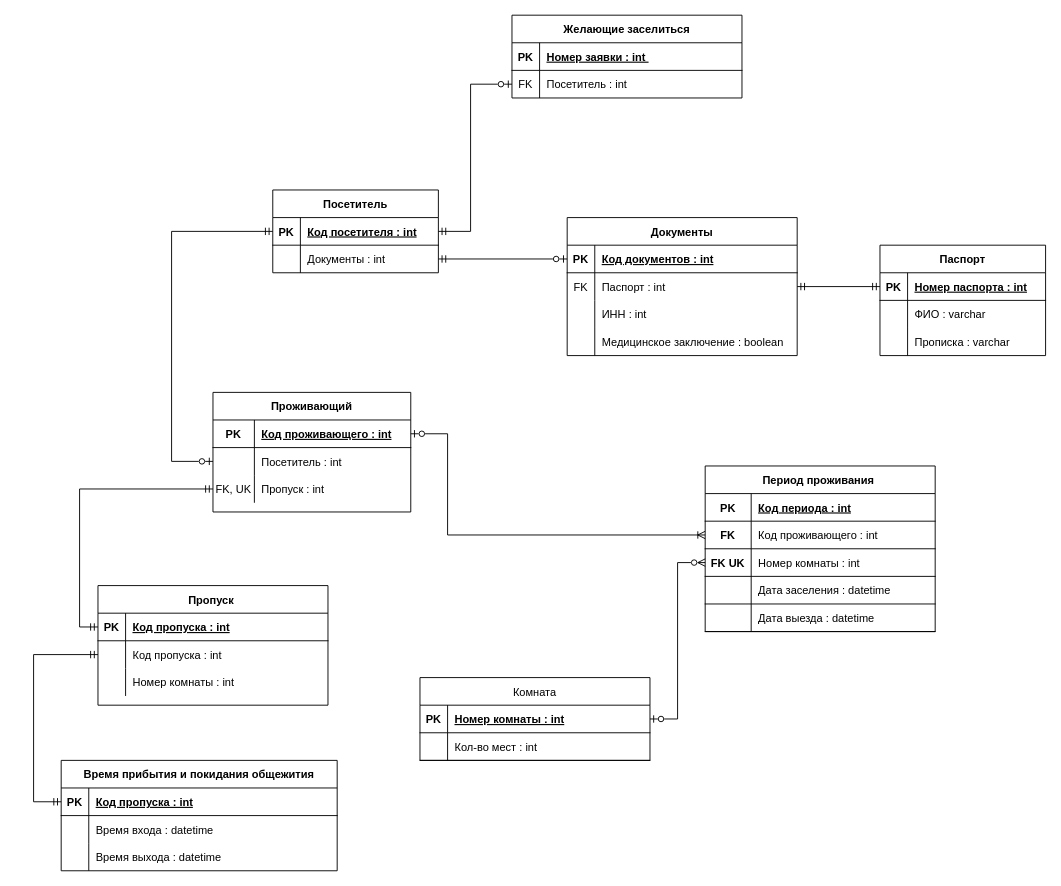
Before: Diagrams/KPP ER.drawio in jsfrau/Zamay, a draw.io diagram. Source tidied: cells renumbered, new cells numbered last; positions are measured from the earlier drawing's top-left corner, leaving out a move shared by most shapes. Both pictures are drawn from the tidied source at 92%, with x=0, y=0 at pixel (33, 15).
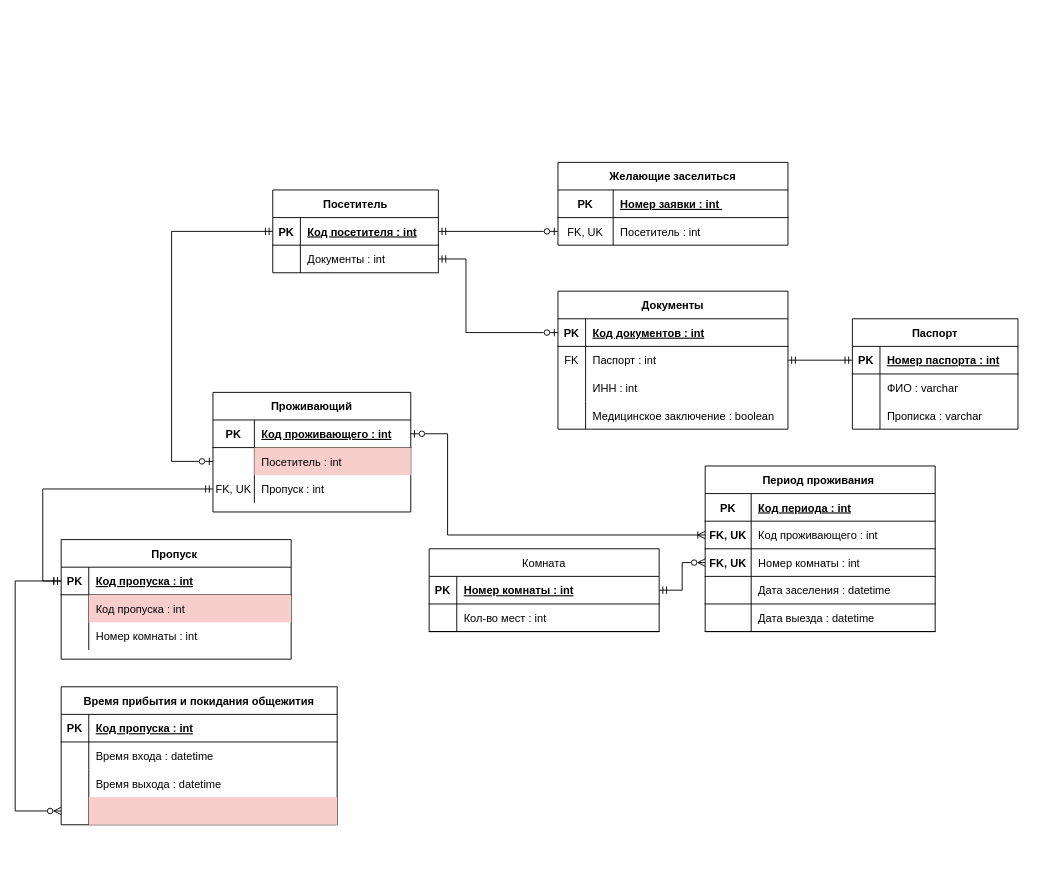
The same page after the edit.

Unchanged cells that the change refers to:
```xml
<mxCell id="3" style="shape=partialRectangle;fillColor=none;points=[[0,0.5],[1,0.5]];portConstraint=eastwest;top=0;left=0;right=0;bottom=1;" parent="2" vertex="1">
  <mxGeometry y="30" width="250" height="30" as="geometry" />
</mxCell>
<mxCell id="10" style="shape=partialRectangle;fillColor=none;top=0;left=0;right=0;bottom=1;" parent="9" vertex="1">
  <mxGeometry y="30" width="250" height="30" as="geometry" />
</mxCell>
<mxCell id="13" style="shape=partialRectangle;fillColor=none;points=[[0,0.5],[1,0.5]];portConstraint=eastwest;top=0;left=0;right=0;bottom=0;" parent="9" vertex="1">
  <mxGeometry y="60" width="250" height="30" as="geometry" />
</mxCell>
<mxCell id="17" style="shape=partialRectangle;fillColor=none;points=[[0,0.5],[1,0.5]];portConstraint=eastwest;top=0;left=0;right=0;bottom=1;" parent="16" vertex="1">
  <mxGeometry y="30" width="250" height="30" as="geometry" />
</mxCell>
<mxCell id="20" style="shape=partialRectangle;fillColor=none;points=[[0,0.5],[1,0.5]];portConstraint=eastwest;top=0;left=0;right=0;bottom=0;" parent="16" vertex="1">
  <mxGeometry y="60" width="250" height="30" as="geometry" />
</mxCell>
<mxCell id="27" style="shape=partialRectangle;fillColor=none;top=0;left=0;bottom=1;right=0;points=[[0,0.5],[1,0.5]];portConstraint=eastwest;" parent="26" vertex="1">
  <mxGeometry y="30" width="300" height="30" as="geometry" />
</mxCell>
<mxCell id="40" style="shape=partialRectangle;fillColor=none;top=0;left=0;bottom=0;right=0;points=[[0,0.5],[1,0.5]];portConstraint=eastwest;" parent="36" vertex="1">
  <mxGeometry y="60" width="215" height="30" as="geometry" />
</mxCell>
<mxCell id="49" style="shape=partialRectangle;fillColor=none;top=0;left=0;bottom=1;right=0;points=[[0,0.5],[1,0.5]];portConstraint=eastwest;" parent="48" vertex="1">
  <mxGeometry y="30" width="180" height="30" as="geometry" />
</mxCell>
<mxCell id="52" style="shape=partialRectangle;fillColor=none;top=0;left=0;bottom=0;right=0;points=[[0,0.5],[1,0.5]];portConstraint=eastwest;" parent="48" vertex="1">
  <mxGeometry y="60" width="180" height="30" as="geometry" />
</mxCell>
<mxCell id="61" style="shape=partialRectangle;fillColor=none;points=[[0,0.5],[1,0.5]];portConstraint=eastwest;top=0;left=0;right=0;bottom=1;" parent="57" vertex="1">
  <mxGeometry y="60" width="250" height="30" as="geometry" />
</mxCell>
<mxCell id="64" style="shape=partialRectangle;fillColor=none;points=[[0,0.5],[1,0.5]];portConstraint=eastwest;top=0;left=0;right=0;bottom=1;" parent="57" vertex="1">
  <mxGeometry y="90" width="250" height="30" as="geometry" />
</mxCell>
<mxCell id="76" style="shape=partialRectangle;fillColor=none;top=0;left=0;bottom=1;right=0;points=[[0,0.5],[1,0.5]];portConstraint=eastwest;" parent="75" vertex="1">
  <mxGeometry y="30" width="250" height="30" as="geometry" />
</mxCell>
```

Diff of the diagram source:
```diff
@@
     <mxCell id="2" value="Комната" style="shape=table;startSize=30;childLayout=tableLayout;rowLines=0;fontStyle=0;align=center;" parent="1" vertex="1">
-      <mxGeometry x="420" y="720" width="250" height="90" as="geometry" />
+      <mxGeometry x="430" y="580" width="250" height="90" as="geometry" />
     </mxCell>
@@
     <mxCell id="9" value="Желающие заселиться" style="shape=table;startSize=30;childLayout=tableLayout;rowLines=0;fontStyle=1;align=center;" parent="1" vertex="1">
-      <mxGeometry x="520" width="250" height="90" as="geometry" />
+      <mxGeometry x="570" y="160" width="250" height="90" as="geometry" />
     </mxCell>
@@
     <mxCell id="11" value="PK" style="shape=partialRectangle;overflow=hidden;fillColor=none;top=0;left=0;bottom=0;right=0;fontStyle=1;" parent="10" vertex="1">
-      <mxGeometry width="30" height="30" as="geometry" />
+      <mxGeometry width="60" height="30" as="geometry" />
     </mxCell>
     <mxCell id="12" value="Номер заявки : int " style="shape=partialRectangle;overflow=hidden;fillColor=none;top=0;left=0;bottom=0;right=0;align=left;spacingLeft=6;fontStyle=5;" parent="10" vertex="1">
-      <mxGeometry x="30" width="220" height="30" as="geometry" />
+      <mxGeometry x="60" width="190" height="30" as="geometry" />
     </mxCell>
@@
-    <mxCell id="14" value="FK" style="shape=partialRectangle;overflow=hidden;fillColor=none;top=0;left=0;bottom=0;right=0;" parent="13" vertex="1">
-      <mxGeometry width="30" height="30" as="geometry" />
+    <mxCell id="14" value="FK, UK" style="shape=partialRectangle;overflow=hidden;fillColor=none;top=0;left=0;bottom=0;right=0;" parent="13" vertex="1">
+      <mxGeometry width="60" height="30" as="geometry" />
     </mxCell>
     <mxCell id="15" value="Посетитель : int" style="shape=partialRectangle;overflow=hidden;fillColor=none;top=0;left=0;bottom=0;right=0;align=left;spacingLeft=6;" parent="13" vertex="1">
-      <mxGeometry x="30" width="220" height="30" as="geometry" />
+      <mxGeometry x="60" width="190" height="30" as="geometry" />
     </mxCell>
     <mxCell id="16" value="Пропуск " style="shape=table;startSize=30;childLayout=tableLayout;rowLines=0;fontStyle=1;align=center;" parent="1" vertex="1">
-      <mxGeometry x="70" y="620" width="250" height="130" as="geometry" />
+      <mxGeometry x="30" y="570" width="250" height="130" as="geometry" />
     </mxCell>
@@
-    <mxCell id="22" value="Код пропуска : int" style="shape=partialRectangle;overflow=hidden;fillColor=none;top=0;left=0;bottom=0;right=0;align=left;spacingLeft=6;" parent="20" vertex="1">
+    <mxCell id="22" value="Код пропуска : int" style="shape=partialRectangle;overflow=hidden;fillColor=#f8cecc;top=0;left=0;bottom=0;right=0;align=left;spacingLeft=6;strokeColor=#b85450;" parent="20" vertex="1">
       <mxGeometry x="30" width="220" height="30" as="geometry" />
     </mxCell>
@@
     <mxCell id="26" value="Время прибытия и покидания общежития" style="shape=table;startSize=30;childLayout=tableLayout;rowLines=0;fontStyle=1;align=center;" parent="1" vertex="1">
-      <mxGeometry x="30" y="810" width="300" height="120" as="geometry" />
+      <mxGeometry x="30" y="730" width="300" height="150" as="geometry" />
     </mxCell>
@@
+    <mxCell id="100" style="shape=partialRectangle;fillColor=none;top=0;left=0;bottom=0;right=0;points=[[0,0.5],[1,0.5]];portConstraint=eastwest;" parent="26" vertex="1">
+      <mxGeometry y="120" width="300" height="30" as="geometry" />
+    </mxCell>
+    <mxCell id="101" style="shape=partialRectangle;fillColor=none;top=0;left=0;bottom=0;right=0;overflow=hidden;" parent="100" vertex="1">
+      <mxGeometry width="30" height="30" as="geometry" />
+    </mxCell>
+    <mxCell id="102" style="shape=partialRectangle;fillColor=#f8cecc;top=0;left=0;bottom=0;right=0;align=left;spacingLeft=6;overflow=hidden;strokeColor=#b85450;" parent="100" vertex="1">
+      <mxGeometry x="30" width="270" height="30" as="geometry" />
+    </mxCell>
@@
-    <mxCell id="42" value="Посетитель : int" style="shape=partialRectangle;fillColor=none;top=0;left=0;bottom=0;right=0;align=left;spacingLeft=6;overflow=hidden;" parent="40" vertex="1">
+    <mxCell id="42" value="Посетитель : int" style="shape=partialRectangle;fillColor=#f8cecc;top=0;left=0;bottom=0;right=0;align=left;spacingLeft=6;overflow=hidden;strokeColor=#b85450;" parent="40" vertex="1">
       <mxGeometry x="45" width="170" height="30" as="geometry" />
     </mxCell>
@@
-    <mxCell id="47" style="edgeStyle=orthogonalEdgeStyle;rounded=0;jettySize=auto;html=1;exitX=0;exitY=0.5;exitDx=0;exitDy=0;startArrow=ERmandOne;startFill=0;endArrow=ERmandOne;endFill=0;" parent="1" edge="1" source="20" target="27">
+    <mxCell id="47" style="edgeStyle=orthogonalEdgeStyle;rounded=0;jettySize=auto;html=1;startArrow=ERmandOne;startFill=0;endArrow=ERzeroToMany;endFill=0;" parent="1" edge="1" source="17" target="100">
       <mxGeometry relative="1" as="geometry">
         <Array as="points">
-          <mxPoint y="695" />
-          <mxPoint y="855" />
+          <mxPoint x="-20" y="615" />
+          <mxPoint x="-20" y="865" />
         </Array>
       </mxGeometry>
     </mxCell>
@@
     <mxCell id="56" style="edgeStyle=orthogonalEdgeStyle;rounded=0;jettySize=auto;html=1;exitX=1;exitY=0.5;exitDx=0;exitDy=0;endArrow=ERzeroToOne;endFill=0;entryX=0;entryY=0.5;entryDx=0;entryDy=0;startArrow=ERmandOne;startFill=0;" parent="1" edge="1" source="49" target="13">
-      <mxGeometry relative="1" as="geometry">
-        <Array as="points">
-          <mxPoint x="475" y="235" />
-          <mxPoint x="475" y="75" />
-        </Array>
-      </mxGeometry>
+      <mxGeometry relative="1" as="geometry" />
     </mxCell>
@@
-    <mxCell id="62" value="FK" style="shape=partialRectangle;overflow=hidden;fillColor=none;top=0;left=0;bottom=0;right=0;fontStyle=1;" parent="61" vertex="1">
+    <mxCell id="62" value="FK, UK" style="shape=partialRectangle;overflow=hidden;fillColor=none;top=0;left=0;bottom=0;right=0;fontStyle=1;" parent="61" vertex="1">
       <mxGeometry width="50" height="30" as="geometry" />
     </mxCell>
@@
-    <mxCell id="65" value="FK UK" style="shape=partialRectangle;overflow=hidden;fillColor=none;top=0;left=0;bottom=0;right=0;fontStyle=1;" parent="64" vertex="1">
+    <mxCell id="65" value="FK, UK" style="shape=partialRectangle;overflow=hidden;fillColor=none;top=0;left=0;bottom=0;right=0;fontStyle=1;" parent="64" vertex="1">
       <mxGeometry width="50" height="30" as="geometry" />
     </mxCell>
@@
-    <mxCell id="74" style="edgeStyle=orthogonalEdgeStyle;rounded=0;jettySize=auto;html=1;startArrow=ERzeroToOne;startFill=0;endArrow=ERzeroToMany;endFill=0;entryX=0;entryY=0.5;entryDx=0;entryDy=0;" parent="1" edge="1" source="3" target="64">
+    <mxCell id="74" style="edgeStyle=orthogonalEdgeStyle;rounded=0;jettySize=auto;html=1;startArrow=ERmandOne;startFill=0;endArrow=ERzeroToMany;endFill=0;entryX=0;entryY=0.5;entryDx=0;entryDy=0;" parent="1" edge="1" source="3" target="64">
       <mxGeometry relative="1" as="geometry" />
     </mxCell>
     <mxCell id="75" value="Документы" style="shape=table;startSize=30;childLayout=tableLayout;rowLines=0;fontStyle=1;align=center;" parent="1" vertex="1">
-      <mxGeometry x="580" y="220" width="250" height="150" as="geometry" />
+      <mxGeometry x="570" y="300" width="250" height="150" as="geometry" />
     </mxCell>
@@
     <mxCell id="88" style="edgeStyle=orthogonalEdgeStyle;rounded=0;jettySize=auto;html=1;exitX=1;exitY=0.5;exitDx=0;exitDy=0;entryX=0;entryY=0.5;entryDx=0;entryDy=0;startArrow=ERmandOne;startFill=0;endArrow=ERzeroToOne;endFill=0;" parent="1" edge="1" source="52" target="76">
-      <mxGeometry relative="1" as="geometry" />
+      <mxGeometry relative="1" as="geometry">
+        <Array as="points">
+          <mxPoint x="470" y="265" />
+          <mxPoint x="470" y="345" />
+        </Array>
+      </mxGeometry>
     </mxCell>
     <mxCell id="89" value="Паспорт" style="shape=table;startSize=30;childLayout=tableLayout;rowLines=0;fontStyle=1;align=center;" parent="1" vertex="1">
-      <mxGeometry x="920" y="250" width="180" height="120" as="geometry" />
+      <mxGeometry x="890" y="330" width="180" height="120" as="geometry" />
     </mxCell>
```
